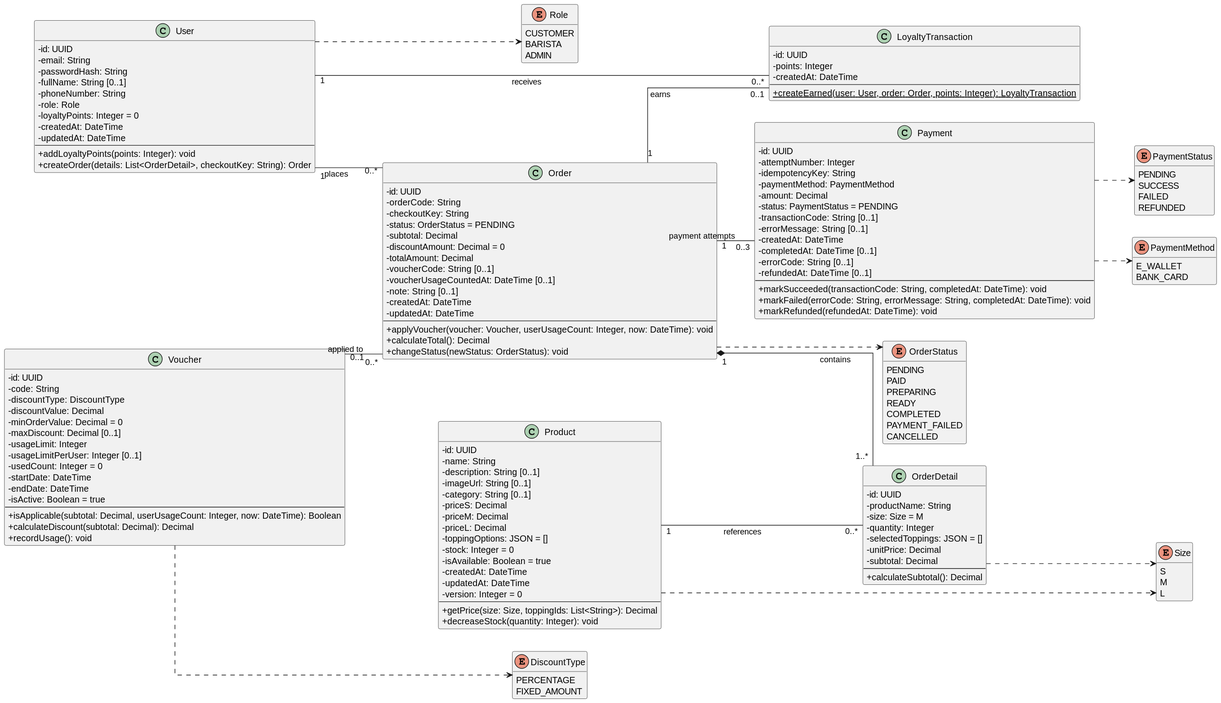
This is docs/diagrams/class-domain.svg from dangtuan992006/SWE_Project_Assignment2, a PlantUML export, as it was before one commit. The source it was exported from:
```plantuml
@startuml
left to right direction
skinparam classAttributeIconSize 0
skinparam linetype ortho
hide empty members

class User {
  - id: UUID
  - email: String
  - passwordHash: String
  - fullName: String [0..1]
  - phoneNumber: String
  - role: Role
  - loyaltyPoints: Integer = 0
  - createdAt: DateTime
  - updatedAt: DateTime
  --
  + addLoyaltyPoints(points: Integer): void
  + createOrder(details: List<OrderDetail>, checkoutKey: String): Order
}

class Product {
  - id: UUID
  - name: String
  - description: String [0..1]
  - imageUrl: String [0..1]
  - category: String [0..1]
  - priceS: Decimal
  - priceM: Decimal
  - priceL: Decimal
  - toppingOptions: JSON = []
  - stock: Integer = 0
  - isAvailable: Boolean = true
  - createdAt: DateTime
  - updatedAt: DateTime
  - version: Integer = 0
  --
  + getPrice(size: Size, toppingIds: List<String>): Decimal
  + decreaseStock(quantity: Integer): void
}

class Order {
  - id: UUID
  - orderCode: String
  - checkoutKey: String
  - status: OrderStatus = PENDING
  - subtotal: Decimal
  - discountAmount: Decimal = 0
  - totalAmount: Decimal
  - voucherCode: String [0..1]
  - voucherUsageCountedAt: DateTime [0..1]
  - note: String [0..1]
  - createdAt: DateTime
  - updatedAt: DateTime
  --
  + applyVoucher(voucher: Voucher, userUsageCount: Integer, now: DateTime): void
  + calculateTotal(): Decimal
  + changeStatus(newStatus: OrderStatus): void
}

class OrderDetail {
  - id: UUID
  - productName: String
  - size: Size = M
  - quantity: Integer
  - selectedToppings: JSON = []
  - unitPrice: Decimal
  - subtotal: Decimal
  --
  + calculateSubtotal(): Decimal
}

class Payment {
  - id: UUID
  - attemptNumber: Integer
  - idempotencyKey: String
  - paymentMethod: PaymentMethod
  - amount: Decimal
  - status: PaymentStatus = PENDING
  - transactionCode: String [0..1]
  - errorMessage: String [0..1]
  - createdAt: DateTime
  - completedAt: DateTime [0..1]
  - errorCode: String [0..1]
  - refundedAt: DateTime [0..1]
  --
  + markSucceeded(transactionCode: String, completedAt: DateTime): void
  + markFailed(errorCode: String, errorMessage: String, completedAt: DateTime): void
  + markRefunded(refundedAt: DateTime): void
}

class Voucher {
  - id: UUID
  - code: String
  - discountType: DiscountType
  - discountValue: Decimal
  - minOrderValue: Decimal = 0
  - maxDiscount: Decimal [0..1]
  - usageLimit: Integer
  - usageLimitPerUser: Integer [0..1]
  - usedCount: Integer = 0
  - startDate: DateTime
  - endDate: DateTime
  - isActive: Boolean = true
  --
  + isApplicable(subtotal: Decimal, userUsageCount: Integer, now: DateTime): Boolean
  + calculateDiscount(subtotal: Decimal): Decimal
  + recordUsage(): void
}

class LoyaltyTransaction {
  - id: UUID
  - points: Integer
  - createdAt: DateTime
  --
  + {static} createEarned(user: User, order: Order, points: Integer): LoyaltyTransaction
}

enum Role {
  CUSTOMER
  BARISTA
  ADMIN
}

enum Size {
  S
  M
  L
}

enum OrderStatus {
  PENDING
  PAID
  PREPARING
  READY
  COMPLETED
  PAYMENT_FAILED
  CANCELLED
}

enum PaymentMethod {
  E_WALLET
  BANK_CARD
}

enum PaymentStatus {
  PENDING
  SUCCESS
  FAILED
  REFUNDED
}

enum DiscountType {
  PERCENTAGE
  FIXED_AMOUNT
}

User "1" -- "0..*" Order : places
Order "1" *-- "1..*" OrderDetail : contains
Product "1" -- "0..*" OrderDetail : references
Order "1" -- "0..3" Payment : payment attempts
Voucher "0..1" -- "0..*" Order : applied to
User "1" -- "0..*" LoyaltyTransaction : receives
Order "1" -- "0..1" LoyaltyTransaction : earns

User ..> Role
Product ..> Size
OrderDetail ..> Size
Order ..> OrderStatus
Payment ..> PaymentMethod
Payment ..> PaymentStatus
Voucher ..> DiscountType
@enduml
```
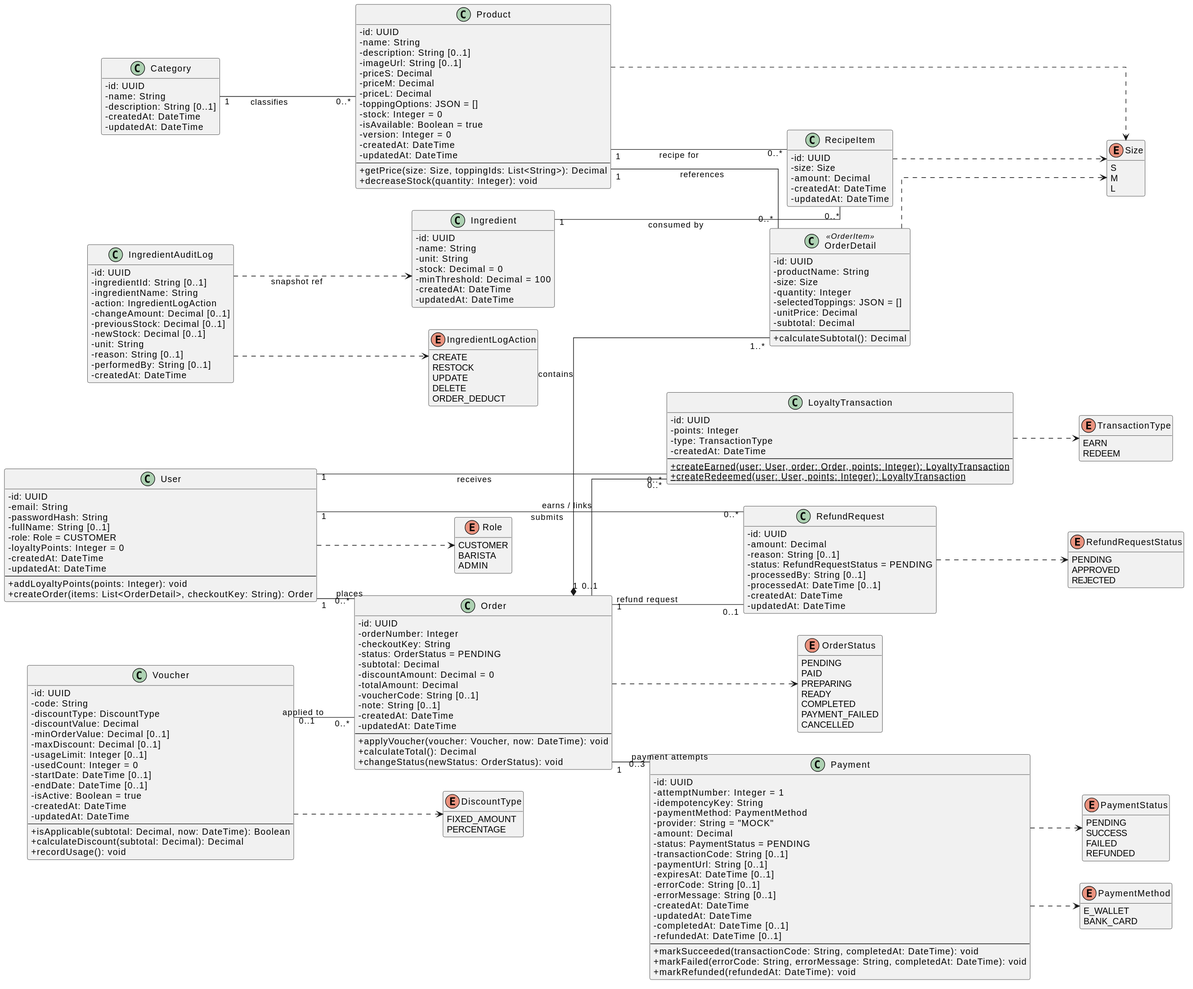
The same diagram one commit later.

Commit message:
[Docs]: đồng bộ SRS (17 FRs, 20 NFRs), sơ đồ UML/SVG, ma trận RTM và README với mã nguồn

Diff of the diagram source:
```diff
@@ -4,19 +4,26 @@
 skinparam linetype ortho
 hide empty members
 
+class Category {
+  - id: UUID
+  - name: String
+  - description: String [0..1]
+  - createdAt: DateTime
+  - updatedAt: DateTime
+}
+
 class User {
   - id: UUID
   - email: String
   - passwordHash: String
   - fullName: String [0..1]
-  - phoneNumber: String
-  - role: Role
+  - role: Role = CUSTOMER
   - loyaltyPoints: Integer = 0
   - createdAt: DateTime
   - updatedAt: DateTime
   --
   + addLoyaltyPoints(points: Integer): void
-  + createOrder(details: List<OrderDetail>, checkoutKey: String): Order
+  + createOrder(items: List<OrderDetail>, checkoutKey: String): Order
 }
 
 class Product {
@@ -24,16 +31,15 @@
   - name: String
   - description: String [0..1]
   - imageUrl: String [0..1]
-  - category: String [0..1]
   - priceS: Decimal
   - priceM: Decimal
   - priceL: Decimal
   - toppingOptions: JSON = []
   - stock: Integer = 0
   - isAvailable: Boolean = true
+  - version: Integer = 0
   - createdAt: DateTime
   - updatedAt: DateTime
-  - version: Integer = 0
   --
   + getPrice(size: Size, toppingIds: List<String>): Decimal
   + decreaseStock(quantity: Integer): void
@@ -41,27 +47,26 @@
 
 class Order {
   - id: UUID
-  - orderCode: String
+  - orderNumber: Integer
   - checkoutKey: String
   - status: OrderStatus = PENDING
   - subtotal: Decimal
   - discountAmount: Decimal = 0
   - totalAmount: Decimal
   - voucherCode: String [0..1]
-  - voucherUsageCountedAt: DateTime [0..1]
   - note: String [0..1]
   - createdAt: DateTime
   - updatedAt: DateTime
   --
-  + applyVoucher(voucher: Voucher, userUsageCount: Integer, now: DateTime): void
+  + applyVoucher(voucher: Voucher, now: DateTime): void
   + calculateTotal(): Decimal
   + changeStatus(newStatus: OrderStatus): void
 }
 
-class OrderDetail {
+class OrderDetail <<OrderItem>> {
   - id: UUID
   - productName: String
-  - size: Size = M
+  - size: Size
   - quantity: Integer
   - selectedToppings: JSON = []
   - unitPrice: Decimal
@@ -72,16 +77,20 @@
 
 class Payment {
   - id: UUID
-  - attemptNumber: Integer
+  - attemptNumber: Integer = 1
   - idempotencyKey: String
   - paymentMethod: PaymentMethod
+  - provider: String = "MOCK"
   - amount: Decimal
   - status: PaymentStatus = PENDING
   - transactionCode: String [0..1]
+  - paymentUrl: String [0..1]
+  - expiresAt: DateTime [0..1]
+  - errorCode: String [0..1]
   - errorMessage: String [0..1]
   - createdAt: DateTime
+  - updatedAt: DateTime
   - completedAt: DateTime [0..1]
-  - errorCode: String [0..1]
   - refundedAt: DateTime [0..1]
   --
   + markSucceeded(transactionCode: String, completedAt: DateTime): void
@@ -94,16 +103,17 @@
   - code: String
   - discountType: DiscountType
   - discountValue: Decimal
-  - minOrderValue: Decimal = 0
+  - minOrderValue: Decimal [0..1]
   - maxDiscount: Decimal [0..1]
-  - usageLimit: Integer
-  - usageLimitPerUser: Integer [0..1]
+  - usageLimit: Integer [0..1]
   - usedCount: Integer = 0
-  - startDate: DateTime
-  - endDate: DateTime
+  - startDate: DateTime [0..1]
+  - endDate: DateTime [0..1]
   - isActive: Boolean = true
+  - createdAt: DateTime
+  - updatedAt: DateTime
   --
-  + isApplicable(subtotal: Decimal, userUsageCount: Integer, now: DateTime): Boolean
+  + isApplicable(subtotal: Decimal, now: DateTime): Boolean
   + calculateDiscount(subtotal: Decimal): Decimal
   + recordUsage(): void
 }
@@ -111,9 +121,54 @@
 class LoyaltyTransaction {
   - id: UUID
   - points: Integer
+  - type: TransactionType
   - createdAt: DateTime
   --
   + {static} createEarned(user: User, order: Order, points: Integer): LoyaltyTransaction
+  + {static} createRedeemed(user: User, points: Integer): LoyaltyTransaction
+}
+
+class Ingredient {
+  - id: UUID
+  - name: String
+  - unit: String
+  - stock: Decimal = 0
+  - minThreshold: Decimal = 100
+  - createdAt: DateTime
+  - updatedAt: DateTime
+}
+
+class RecipeItem {
+  - id: UUID
+  - size: Size
+  - amount: Decimal
+  - createdAt: DateTime
+  - updatedAt: DateTime
+}
+
+class RefundRequest {
+  - id: UUID
+  - amount: Decimal
+  - reason: String [0..1]
+  - status: RefundRequestStatus = PENDING
+  - processedBy: String [0..1]
+  - processedAt: DateTime [0..1]
+  - createdAt: DateTime
+  - updatedAt: DateTime
+}
+
+class IngredientAuditLog {
+  - id: UUID
+  - ingredientId: String [0..1]
+  - ingredientName: String
+  - action: IngredientLogAction
+  - changeAmount: Decimal [0..1]
+  - previousStock: Decimal [0..1]
+  - newStock: Decimal [0..1]
+  - unit: String
+  - reason: String [0..1]
+  - performedBy: String [0..1]
+  - createdAt: DateTime
 }
 
 enum Role {
@@ -151,23 +206,52 @@
 }
 
 enum DiscountType {
+  FIXED_AMOUNT
   PERCENTAGE
-  FIXED_AMOUNT
 }
 
+enum TransactionType {
+  EARN
+  REDEEM
+}
+
+enum RefundRequestStatus {
+  PENDING
+  APPROVED
+  REJECTED
+}
+
+enum IngredientLogAction {
+  CREATE
+  RESTOCK
+  UPDATE
+  DELETE
+  ORDER_DEDUCT
+}
+
+Category "1" -- "0..*" Product : classifies
 User "1" -- "0..*" Order : places
 Order "1" *-- "1..*" OrderDetail : contains
 Product "1" -- "0..*" OrderDetail : references
 Order "1" -- "0..3" Payment : payment attempts
 Voucher "0..1" -- "0..*" Order : applied to
 User "1" -- "0..*" LoyaltyTransaction : receives
-Order "1" -- "0..1" LoyaltyTransaction : earns
+Order "0..1" -- "0..*" LoyaltyTransaction : earns / links
+Product "1" -- "0..*" RecipeItem : recipe for
+Ingredient "1" -- "0..*" RecipeItem : consumed by
+Order "1" -- "0..1" RefundRequest : refund request
+User "1" -- "0..*" RefundRequest : submits
+IngredientAuditLog ..> Ingredient : snapshot ref
 
 User ..> Role
 Product ..> Size
 OrderDetail ..> Size
+RecipeItem ..> Size
 Order ..> OrderStatus
 Payment ..> PaymentMethod
 Payment ..> PaymentStatus
 Voucher ..> DiscountType
+LoyaltyTransaction ..> TransactionType
+RefundRequest ..> RefundRequestStatus
+IngredientAuditLog ..> IngredientLogAction
 @enduml
```
